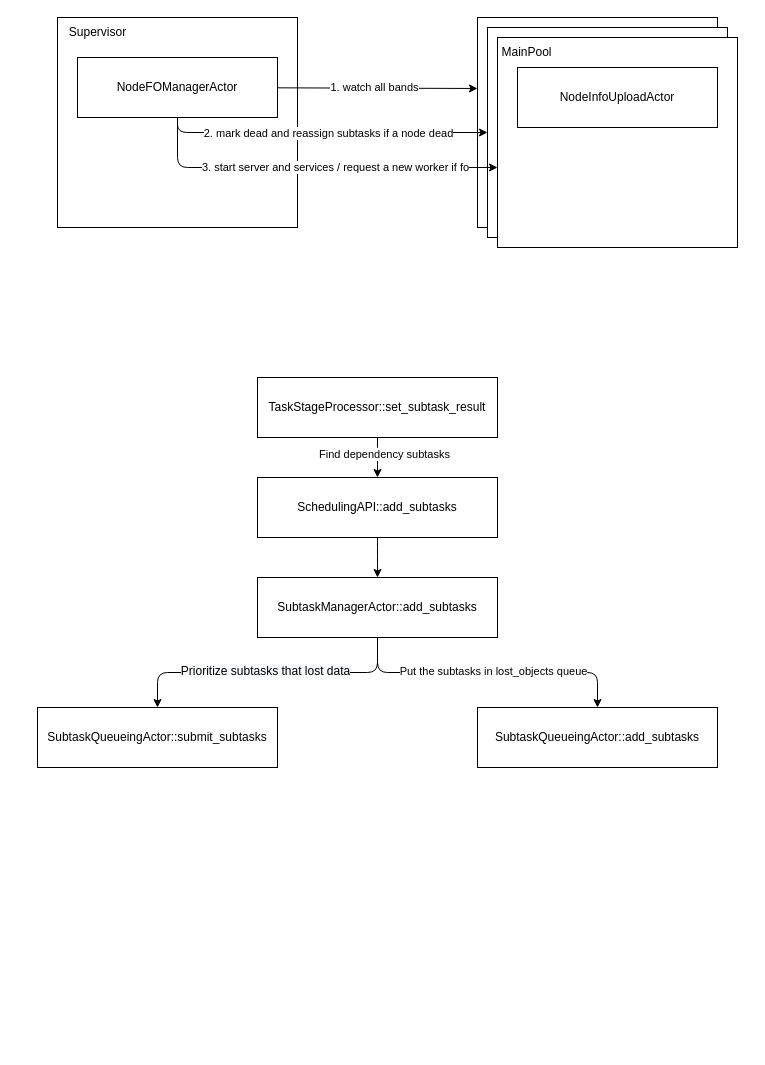
The draw.io diagram page "worker fo" (4 of 5) of graphs/mars_workflow_0.1.drawio in zhongchun/daily, before the edit. Source tidied: cells renumbered, new cells numbered last; positions are measured from the earlier drawing's top-left corner, leaving out a move shared by most shapes. Both pictures are drawn from the tidied source at 100%, with x=0, y=0 at pixel (37, 17).
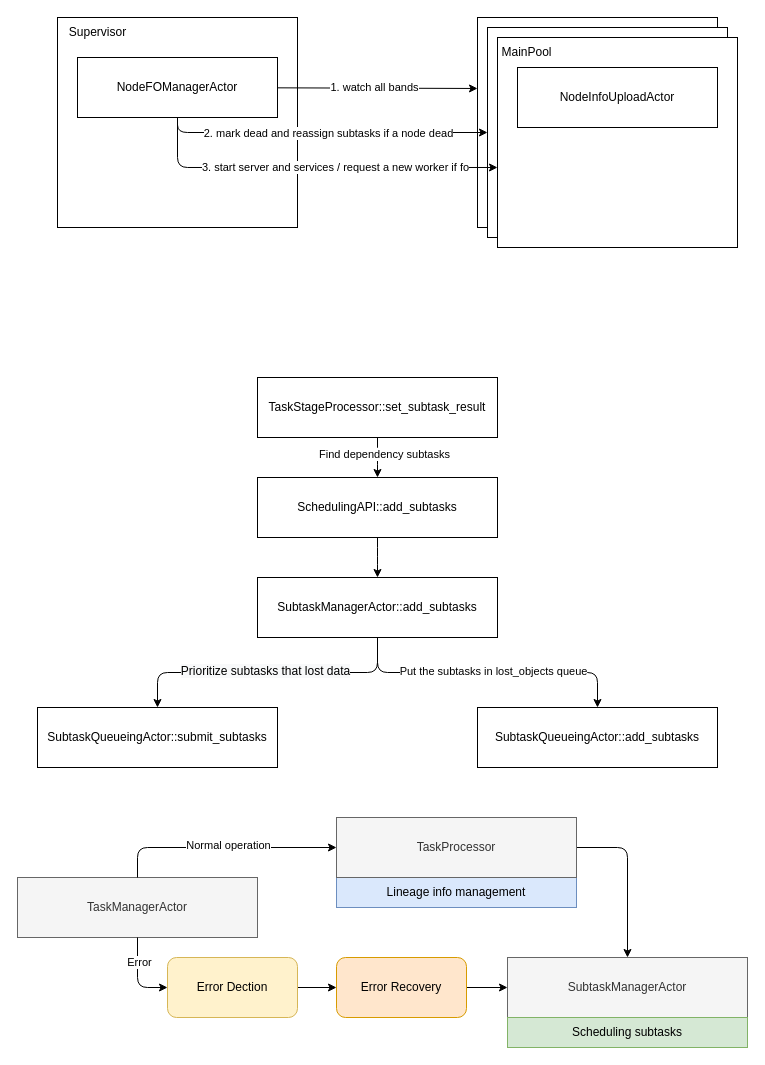
The same diagram, later.

Commit message:
Add a complete worker fo graph

The edit, as a diff of the source:
```diff
@@
+    <mxCell id="28" value="Lineage info management" style="rounded=0;whiteSpace=wrap;html=1;fillColor=#dae8fc;strokeColor=#6c8ebf;" parent="1" vertex="1">
+      <mxGeometry x="299" y="860" width="240" height="30" as="geometry" />
+    </mxCell>
+    <mxCell id="29" value="TaskManagerActor" style="rounded=0;whiteSpace=wrap;html=1;fillColor=#f5f5f5;fontColor=#333333;strokeColor=#666666;" parent="1" vertex="1">
+      <mxGeometry x="-20" y="860" width="240" height="60" as="geometry" />
+    </mxCell>
+    <mxCell id="30" value="SubtaskManagerActor" style="rounded=0;whiteSpace=wrap;html=1;fillColor=#f5f5f5;fontColor=#333333;strokeColor=#666666;" parent="1" vertex="1">
+      <mxGeometry x="470" y="940" width="240" height="60" as="geometry" />
+    </mxCell>
+    <mxCell id="31" style="html=1;exitX=1;exitY=0.5;exitDx=0;exitDy=0;edgeStyle=orthogonalEdgeStyle;" parent="1" edge="1" source="32" target="30">
+      <mxGeometry relative="1" as="geometry" />
+    </mxCell>
+    <mxCell id="32" value="TaskProcessor" style="rounded=0;whiteSpace=wrap;html=1;fillColor=#f5f5f5;fontColor=#333333;strokeColor=#666666;" parent="1" vertex="1">
+      <mxGeometry x="299" y="800" width="240" height="60" as="geometry" />
+    </mxCell>
+    <mxCell id="33" style="edgeStyle=orthogonalEdgeStyle;html=1;exitX=0.5;exitY=0;exitDx=0;exitDy=0;entryX=0;entryY=0.5;entryDx=0;entryDy=0;" parent="1" edge="1" source="29" target="32">
+      <mxGeometry relative="1" as="geometry" />
+    </mxCell>
+    <mxCell id="34" value="Normal operation" style="edgeLabel;html=1;align=center;verticalAlign=middle;" parent="33" vertex="1">
+      <mxGeometry x="0.05" y="3" relative="1" as="geometry" />
+    </mxCell>
+    <mxCell id="35" style="html=1;exitX=0.5;exitY=1;exitDx=0;exitDy=0;entryX=0;entryY=0.5;entryDx=0;entryDy=0;edgeStyle=orthogonalEdgeStyle;" parent="1" edge="1" source="29" target="38">
+      <mxGeometry relative="1" as="geometry" />
+    </mxCell>
+    <mxCell id="36" value="Error" style="edgeLabel;html=1;align=center;verticalAlign=middle;" parent="35" vertex="1">
+      <mxGeometry x="-0.4" y="1" relative="1" as="geometry" />
+    </mxCell>
+    <mxCell id="37" style="edgeStyle=orthogonalEdgeStyle;html=1;" parent="1" edge="1" source="38" target="40">
+      <mxGeometry relative="1" as="geometry" />
+    </mxCell>
+    <mxCell id="38" value="Error Dection" style="rounded=1;whiteSpace=wrap;html=1;fillColor=#fff2cc;strokeColor=#d6b656;" parent="1" vertex="1">
+      <mxGeometry x="130" y="940" width="130" height="60" as="geometry" />
+    </mxCell>
+    <mxCell id="39" style="edgeStyle=orthogonalEdgeStyle;html=1;" parent="1" edge="1" source="40" target="30">
+      <mxGeometry relative="1" as="geometry" />
+    </mxCell>
+    <mxCell id="40" value="Error Recovery" style="rounded=1;whiteSpace=wrap;html=1;fillColor=#ffe6cc;strokeColor=#d79b00;" parent="1" vertex="1">
+      <mxGeometry x="299" y="940" width="130" height="60" as="geometry" />
+    </mxCell>
+    <mxCell id="41" value="Scheduling subtasks" style="rounded=0;whiteSpace=wrap;html=1;fillColor=#d5e8d4;strokeColor=#82b366;" parent="1" vertex="1">
+      <mxGeometry x="470" y="1000" width="240" height="30" as="geometry" />
+    </mxCell>
```
